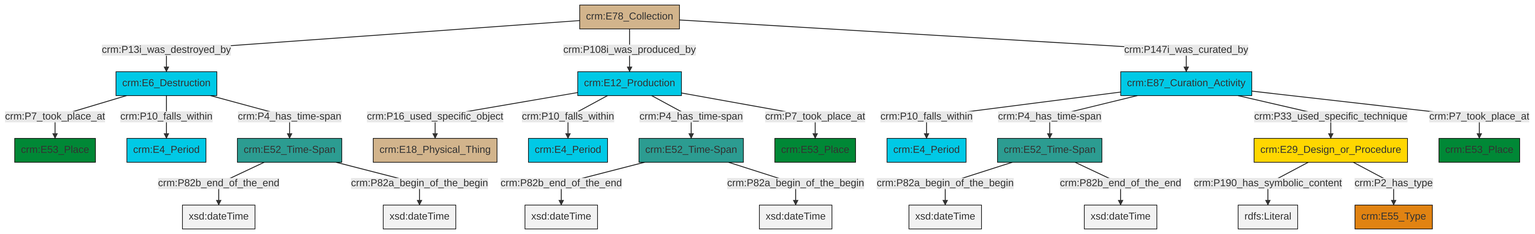
Before: et/archivalCSV/ttl/mmd/png/archival_existence.png, a diagram exported from Mermaid (swiss-art-research-net/docs.swissartresearch). Its source is kept beside it as et/archivalCSV/ttl/mmd/archival_existence.ttl.mmd.
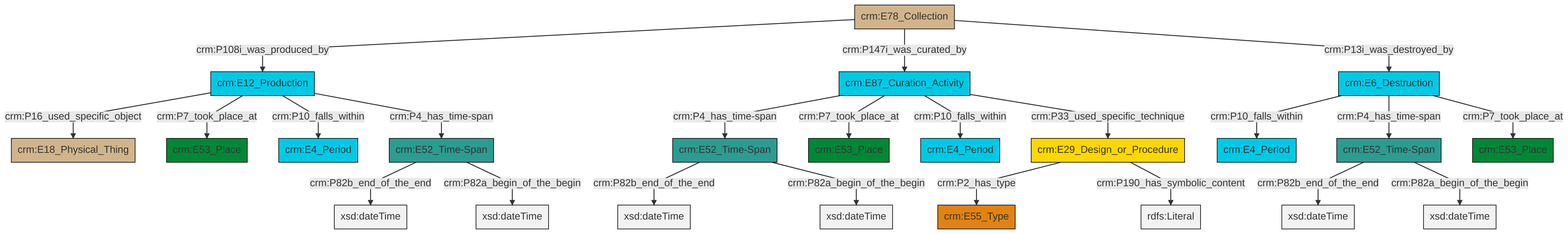
The same diagram one commit later.

Diff of the diagram source:
```diff
@@ -13,25 +13,25 @@
 classDef PC_Classes fill:#4ce600, stroke:#000000;
 classDef Multi fill:#cccccc,stroke:#000000;
 
-4["crm:E52_Time-Span"]:::Time-Span -->|crm:P82b_end_of_the_end| 5[xsd:dateTime]:::Literal
-8["crm:E52_Time-Span"]:::Time-Span -->|crm:P82a_begin_of_the_begin| 9[xsd:dateTime]:::Literal
-4["crm:E52_Time-Span"]:::Time-Span -->|crm:P82a_begin_of_the_begin| 12[xsd:dateTime]:::Literal
-15["crm:E78_Collection"]:::Physical_Thing -->|crm:P13i_was_destroyed_by| 2["crm:E6_Destruction"]:::Temporal_Entity
-0["crm:E87_Curation_Activity"]:::Temporal_Entity -->|crm:P10_falls_within| 16["crm:E4_Period"]:::Temporal_Entity
-6["crm:E12_Production"]:::Temporal_Entity -->|crm:P16_used_specific_object| 17["crm:E18_Physical_Thing"]:::Physical_Thing
-6["crm:E12_Production"]:::Temporal_Entity -->|crm:P10_falls_within| 18["crm:E4_Period"]:::Temporal_Entity
-19["crm:E52_Time-Span"]:::Time-Span -->|crm:P82b_end_of_the_end| 20[xsd:dateTime]:::Literal
-2["crm:E6_Destruction"]:::Temporal_Entity -->|crm:P7_took_place_at| 21["crm:E53_Place"]:::Place
-0["crm:E87_Curation_Activity"]:::Temporal_Entity -->|crm:P4_has_time-span| 8["crm:E52_Time-Span"]:::Time-Span
-13["crm:E29_Design_or_Procedure"]:::Conceptual_Object -->|crm:P190_has_symbolic_content| 22[rdfs:Literal]:::Literal
-19["crm:E52_Time-Span"]:::Time-Span -->|crm:P82a_begin_of_the_begin| 25[xsd:dateTime]:::Literal
-2["crm:E6_Destruction"]:::Temporal_Entity -->|crm:P10_falls_within| 10["crm:E4_Period"]:::Temporal_Entity
-0["crm:E87_Curation_Activity"]:::Temporal_Entity -->|crm:P33_used_specific_technique| 13["crm:E29_Design_or_Procedure"]:::Conceptual_Object
-6["crm:E12_Production"]:::Temporal_Entity -->|crm:P4_has_time-span| 4["crm:E52_Time-Span"]:::Time-Span
-13["crm:E29_Design_or_Procedure"]:::Conceptual_Object -->|crm:P2_has_type| 28["crm:E55_Type"]:::Type
-0["crm:E87_Curation_Activity"]:::Temporal_Entity -->|crm:P7_took_place_at| 29["crm:E53_Place"]:::Place
-2["crm:E6_Destruction"]:::Temporal_Entity -->|crm:P4_has_time-span| 19["crm:E52_Time-Span"]:::Time-Span
-6["crm:E12_Production"]:::Temporal_Entity -->|crm:P7_took_place_at| 23["crm:E53_Place"]:::Place
-15["crm:E78_Collection"]:::Physical_Thing -->|crm:P108i_was_produced_by| 6["crm:E12_Production"]:::Temporal_Entity
-8["crm:E52_Time-Span"]:::Time-Span -->|crm:P82b_end_of_the_end| 37[xsd:dateTime]:::Literal
-15["crm:E78_Collection"]:::Physical_Thing -->|crm:P147i_was_curated_by| 0["crm:E87_Curation_Activity"]:::Temporal_Entity
+0["crm:E6_Destruction"]:::Temporal_Entity -->|crm:P10_falls_within| 1["crm:E4_Period"]:::Temporal_Entity
+4["crm:E78_Collection"]:::Physical_Thing -->|crm:P108i_was_produced_by| 5["crm:E12_Production"]:::Temporal_Entity
+6["crm:E87_Curation_Activity"]:::Temporal_Entity -->|crm:P4_has_time-span| 7["crm:E52_Time-Span"]:::Time-Span
+10["crm:E52_Time-Span"]:::Time-Span -->|crm:P82b_end_of_the_end| 11[xsd:dateTime]:::Literal
+14["crm:E52_Time-Span"]:::Time-Span -->|crm:P82b_end_of_the_end| 15[xsd:dateTime]:::Literal
+5["crm:E12_Production"]:::Temporal_Entity -->|crm:P16_used_specific_object| 16["crm:E18_Physical_Thing"]:::Physical_Thing
+4["crm:E78_Collection"]:::Physical_Thing -->|crm:P147i_was_curated_by| 6["crm:E87_Curation_Activity"]:::Temporal_Entity
+6["crm:E87_Curation_Activity"]:::Temporal_Entity -->|crm:P7_took_place_at| 8["crm:E53_Place"]:::Place
+19["crm:E29_Design_or_Procedure"]:::Conceptual_Object -->|crm:P2_has_type| 20["crm:E55_Type"]:::Type
+0["crm:E6_Destruction"]:::Temporal_Entity -->|crm:P4_has_time-span| 10["crm:E52_Time-Span"]:::Time-Span
+0["crm:E6_Destruction"]:::Temporal_Entity -->|crm:P7_took_place_at| 12["crm:E53_Place"]:::Place
+7["crm:E52_Time-Span"]:::Time-Span -->|crm:P82b_end_of_the_end| 24[xsd:dateTime]:::Literal
+19["crm:E29_Design_or_Procedure"]:::Conceptual_Object -->|crm:P190_has_symbolic_content| 26[rdfs:Literal]:::Literal
+5["crm:E12_Production"]:::Temporal_Entity -->|crm:P7_took_place_at| 28["crm:E53_Place"]:::Place
+4["crm:E78_Collection"]:::Physical_Thing -->|crm:P13i_was_destroyed_by| 0["crm:E6_Destruction"]:::Temporal_Entity
+5["crm:E12_Production"]:::Temporal_Entity -->|crm:P10_falls_within| 17["crm:E4_Period"]:::Temporal_Entity
+14["crm:E52_Time-Span"]:::Time-Span -->|crm:P82a_begin_of_the_begin| 30[xsd:dateTime]:::Literal
+10["crm:E52_Time-Span"]:::Time-Span -->|crm:P82a_begin_of_the_begin| 34[xsd:dateTime]:::Literal
+6["crm:E87_Curation_Activity"]:::Temporal_Entity -->|crm:P10_falls_within| 32["crm:E4_Period"]:::Temporal_Entity
+5["crm:E12_Production"]:::Temporal_Entity -->|crm:P4_has_time-span| 14["crm:E52_Time-Span"]:::Time-Span
+7["crm:E52_Time-Span"]:::Time-Span -->|crm:P82a_begin_of_the_begin| 38[xsd:dateTime]:::Literal
+6["crm:E87_Curation_Activity"]:::Temporal_Entity -->|crm:P33_used_specific_technique| 19["crm:E29_Design_or_Procedure"]:::Conceptual_Object
```
